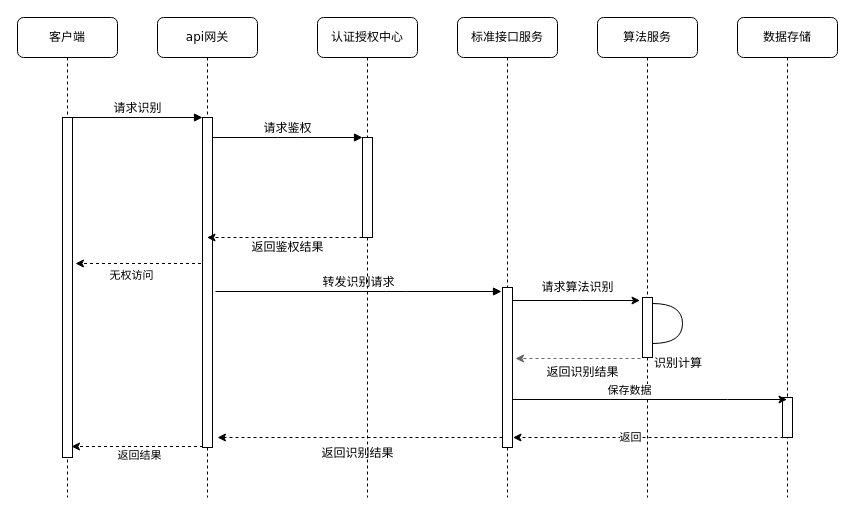
This is server-image.drawio from luyuandeng/drawio, a draw.io file, before an edit. Source tidied: cells renumbered, new cells numbered last; positions are measured from the earlier drawing's top-left corner, leaving out a move shared by most shapes. Both pictures are drawn from the tidied source at 100%, with x=0, y=0 at pixel (17, 17).
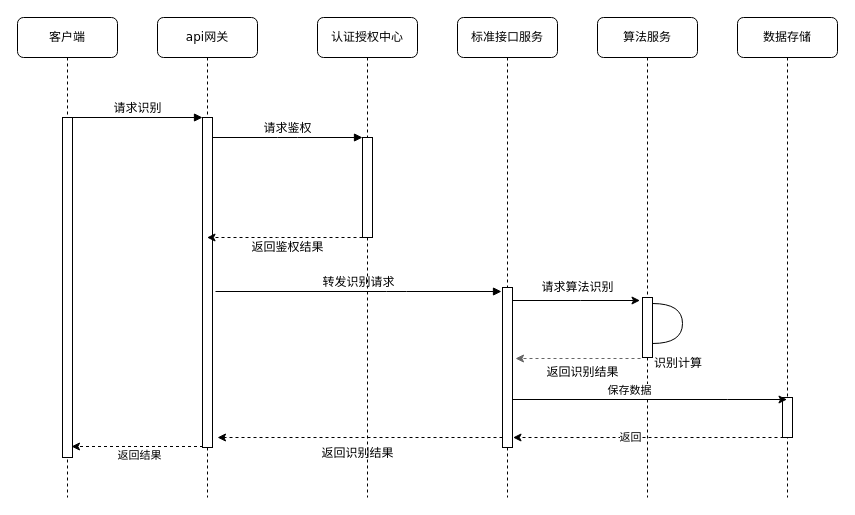
After the change.

What changed in the source:
```diff
@@
-    <mxCell id="2" style="edgeStyle=orthogonalEdgeStyle;rounded=0;orthogonalLoop=1;jettySize=auto;html=1;dashed=1;entryX=1.3;entryY=0.503;entryDx=0;entryDy=0;entryPerimeter=0;" parent="1" edge="1">
-      <mxGeometry relative="1" as="geometry">
-        <mxPoint x="189.5" y="246" as="sourcePoint" />
-        <mxPoint x="58" y="246" as="targetPoint" />
-        <Array as="points">
-          <mxPoint x="120" y="246" />
-          <mxPoint x="120" y="246" />
-        </Array>
-      </mxGeometry>
-    </mxCell>
-    <mxCell id="3" value="无权访问" style="edgeLabel;html=1;align=center;verticalAlign=middle;" parent="2" vertex="1">
-      <mxGeometry x="0.15" y="-4" relative="1" as="geometry">
-        <mxPoint y="15" as="offset" />
-      </mxGeometry>
-    </mxCell>
```
